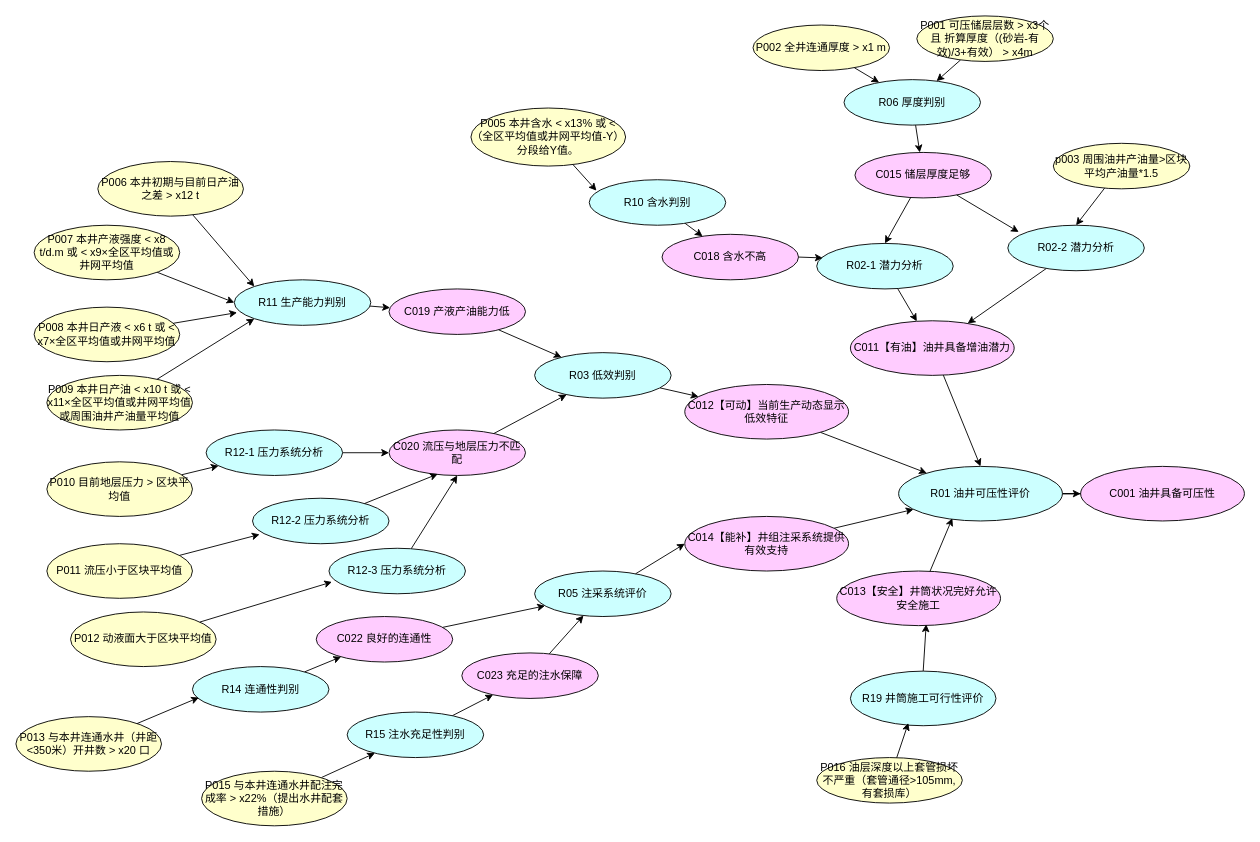
echo824/drawio_analyzer keeps this draw.io diagram as templates/oil_fracturing_v1/flow.drawio. Above is the earlier version. Source tidied: cells renumbered, new cells numbered last; positions are measured from the earlier drawing's top-left corner, leaving out a move shared by most shapes. Both pictures are drawn from the tidied source at 91%, with x=0, y=0 at pixel (15, -12).
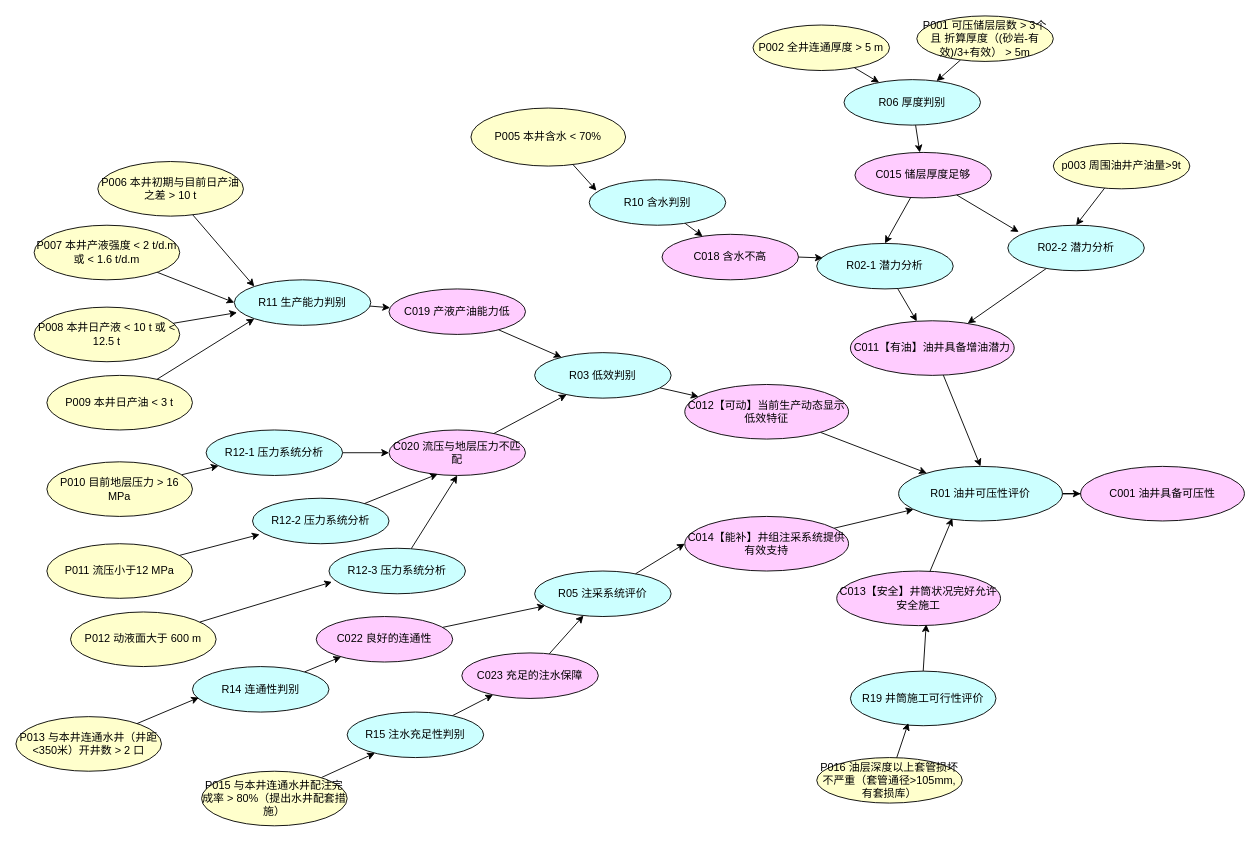
The same diagram, later.

Change to the diagram source:
```diff
@@
-    <mxCell id="44" value="P001&amp;nbsp;可压储层层数 &amp;gt; x3个 且&amp;nbsp;折算厚度（(砂岩-有效)/3+有效） &amp;gt; x4m" style="ellipse;whiteSpace=wrap;html=1;fillColor=light-dark(#ffffcc, #181800);strokeColor=#000000;" parent="1" vertex="1">
+    <mxCell id="44" value="P001&amp;nbsp;可压储层层数 &amp;gt; 3个 且&amp;nbsp;折算厚度（(砂岩-有效)/3+有效） &amp;gt; 5m" style="ellipse;whiteSpace=wrap;html=1;fillColor=light-dark(#ffffcc, #181800);strokeColor=#000000;" parent="1" vertex="1">
       <mxGeometry x="990" y="30" width="150" height="50" as="geometry" />
     </mxCell>
@@
-    <mxCell id="46" value="P002 全井连通厚度 &amp;gt; x1 m" style="ellipse;whiteSpace=wrap;html=1;fillColor=light-dark(#ffffcc, #181800);strokeColor=#000000;" parent="1" vertex="1">
+    <mxCell id="46" value="P002 全井连通厚度 &amp;gt; 5 m" style="ellipse;whiteSpace=wrap;html=1;fillColor=light-dark(#ffffcc, #181800);strokeColor=#000000;" parent="1" vertex="1">
       <mxGeometry x="810" y="40" width="150" height="50" as="geometry" />
     </mxCell>
@@
-    <mxCell id="52" value="P005 本井含水 &amp;lt; x13% 或 &amp;lt; （全区平均值或井网平均值-Y）分段给Y值。" style="ellipse;whiteSpace=wrap;html=1;fillColor=light-dark(#ffffcc, #181800);strokeColor=#000000;fontSize=12;" parent="1" vertex="1">
+    <mxCell id="52" value="P005 本井含水 &amp;lt; 70%" style="ellipse;whiteSpace=wrap;html=1;fillColor=light-dark(#ffffcc, #181800);strokeColor=#000000;fontSize=12;" parent="1" vertex="1">
       <mxGeometry x="500" y="131.2" width="170" height="63.8" as="geometry" />
     </mxCell>
@@
-    <mxCell id="54" value="P006 本井初期与目前日产油之差 &amp;gt; x12 t" style="ellipse;whiteSpace=wrap;html=1;fillColor=#FFFFCC;strokeColor=#000000;fontSize=12;" parent="1" vertex="1">
+    <mxCell id="54" value="P006 本井初期与目前日产油之差 &amp;gt; 10 t" style="ellipse;whiteSpace=wrap;html=1;fillColor=#FFFFCC;strokeColor=#000000;fontSize=12;" parent="1" vertex="1">
       <mxGeometry x="90" y="190" width="160" height="60" as="geometry" />
     </mxCell>
@@
-    <mxCell id="56" value="P007 本井产液强度 &amp;lt; x8 t/d.m 或 &amp;lt; x9×全区平均值或井网平均值" style="ellipse;whiteSpace=wrap;html=1;fillColor=#FFFFCC;strokeColor=#000000;fontSize=12;" parent="1" vertex="1">
+    <mxCell id="56" value="P007 本井产液强度 &amp;lt; 2 t/d.m 或 &amp;lt; 1.6 t/d.m" style="ellipse;whiteSpace=wrap;html=1;fillColor=#FFFFCC;strokeColor=#000000;fontSize=12;" parent="1" vertex="1">
       <mxGeometry x="20" y="260" width="160" height="60" as="geometry" />
     </mxCell>
-    <mxCell id="57" value="P008 本井日产液 &amp;lt; x6 t 或 &amp;lt; x7×全区平均值或井网平均值" style="ellipse;whiteSpace=wrap;html=1;fillColor=#FFFFCC;strokeColor=#000000;fontSize=12;" parent="1" vertex="1">
+    <mxCell id="57" value="P008 本井日产液 &amp;lt; 10 t 或 &amp;lt; 12.5 t" style="ellipse;whiteSpace=wrap;html=1;fillColor=#FFFFCC;strokeColor=#000000;fontSize=12;" parent="1" vertex="1">
       <mxGeometry x="20" y="350" width="160" height="60" as="geometry" />
     </mxCell>
@@
-    <mxCell id="59" value="P009 本井日产油 &amp;lt; x10 t 或 &amp;lt; x11×全区平均值或井网平均值或周围油井产油量平均值" style="ellipse;whiteSpace=wrap;html=1;fillColor=#FFFFCC;strokeColor=#000000;fontSize=12;" parent="1" vertex="1">
+    <mxCell id="59" value="P009 本井日产油 &amp;lt; 3 t" style="ellipse;whiteSpace=wrap;html=1;fillColor=#FFFFCC;strokeColor=#000000;fontSize=12;" parent="1" vertex="1">
       <mxGeometry x="34" y="425" width="160" height="60" as="geometry" />
     </mxCell>
@@
-    <mxCell id="61" value="P010&amp;nbsp;目前地层压力 &amp;gt; 区块平均值" style="ellipse;whiteSpace=wrap;html=1;fillColor=#FFFFCC;strokeColor=#000000;fontSize=12;" parent="1" vertex="1">
+    <mxCell id="61" value="P010&amp;nbsp;目前地层压力 &amp;gt; 16 MPa" style="ellipse;whiteSpace=wrap;html=1;fillColor=#FFFFCC;strokeColor=#000000;fontSize=12;" parent="1" vertex="1">
       <mxGeometry x="34" y="520" width="160" height="60" as="geometry" />
     </mxCell>
@@
-    <mxCell id="63" value="P011 流压小于区块平均&lt;span style=&quot;background-color: transparent; color: light-dark(rgb(0, 0, 0), rgb(255, 255, 255));&quot;&gt;值&lt;/span&gt;" style="ellipse;whiteSpace=wrap;html=1;fillColor=#FFFFCC;strokeColor=#000000;fontSize=12;" parent="1" vertex="1">
+    <mxCell id="63" value="P011 流压小于&lt;span style=&quot;background-color: transparent; color: light-dark(rgb(0, 0, 0), rgb(255, 255, 255));&quot;&gt;12 MPa&lt;/span&gt;" style="ellipse;whiteSpace=wrap;html=1;fillColor=#FFFFCC;strokeColor=#000000;fontSize=12;" parent="1" vertex="1">
       <mxGeometry x="34" y="610" width="160" height="60" as="geometry" />
     </mxCell>
@@
-    <mxCell id="65" value="P013 与本井连通水井（井距&amp;lt;350米）开井数 &amp;gt; x20 口" style="ellipse;whiteSpace=wrap;html=1;fillColor=#FFFFCC;strokeColor=#000000;fontSize=12;" parent="1" vertex="1">
+    <mxCell id="65" value="P013 与本井连通水井（井距&amp;lt;350米）开井数 &amp;gt; 2 口" style="ellipse;whiteSpace=wrap;html=1;fillColor=#FFFFCC;strokeColor=#000000;fontSize=12;" parent="1" vertex="1">
       <mxGeometry y="800" width="160" height="60" as="geometry" />
     </mxCell>
@@
-    <mxCell id="67" value="P015 与本井连通水井配注完成率 &amp;gt; x22%（提出水井配套措施）" style="ellipse;whiteSpace=wrap;html=1;fillColor=#FFFFCC;strokeColor=#000000;fontSize=12;" parent="1" vertex="1">
+    <mxCell id="67" value="P015 与本井连通水井配注完成率 &amp;gt; 80%（提出水井配套措施）" style="ellipse;whiteSpace=wrap;html=1;fillColor=#FFFFCC;strokeColor=#000000;fontSize=12;" parent="1" vertex="1">
       <mxGeometry x="204" y="860" width="160" height="60" as="geometry" />
     </mxCell>
@@
-    <mxCell id="71" value="p003 周围油井产油量&amp;gt;区块平均产油量*1.5" style="ellipse;whiteSpace=wrap;html=1;fillColor=#FFFFCC;strokeColor=#000000;" parent="1" vertex="1">
+    <mxCell id="71" value="p003 周围油井产油量&amp;gt;9t" style="ellipse;whiteSpace=wrap;html=1;fillColor=#FFFFCC;strokeColor=#000000;" parent="1" vertex="1">
       <mxGeometry x="1140" y="170" width="150" height="50" as="geometry" />
     </mxCell>
@@
-    <mxCell id="81" value="P012&amp;nbsp;&lt;span style=&quot;background-color: transparent; color: light-dark(rgb(0, 0, 0), rgb(255, 255, 255));&quot;&gt;动液面大于区块平均值&lt;/span&gt;" style="ellipse;whiteSpace=wrap;html=1;fillColor=#FFFFCC;strokeColor=#000000;fontSize=12;" parent="1" vertex="1">
+    <mxCell id="81" value="P012&amp;nbsp;&lt;span style=&quot;background-color: transparent; color: light-dark(rgb(0, 0, 0), rgb(255, 255, 255));&quot;&gt;动液面大于 600 m&lt;/span&gt;" style="ellipse;whiteSpace=wrap;html=1;fillColor=#FFFFCC;strokeColor=#000000;fontSize=12;" parent="1" vertex="1">
       <mxGeometry x="60" y="685" width="160" height="60" as="geometry" />
     </mxCell>
```
